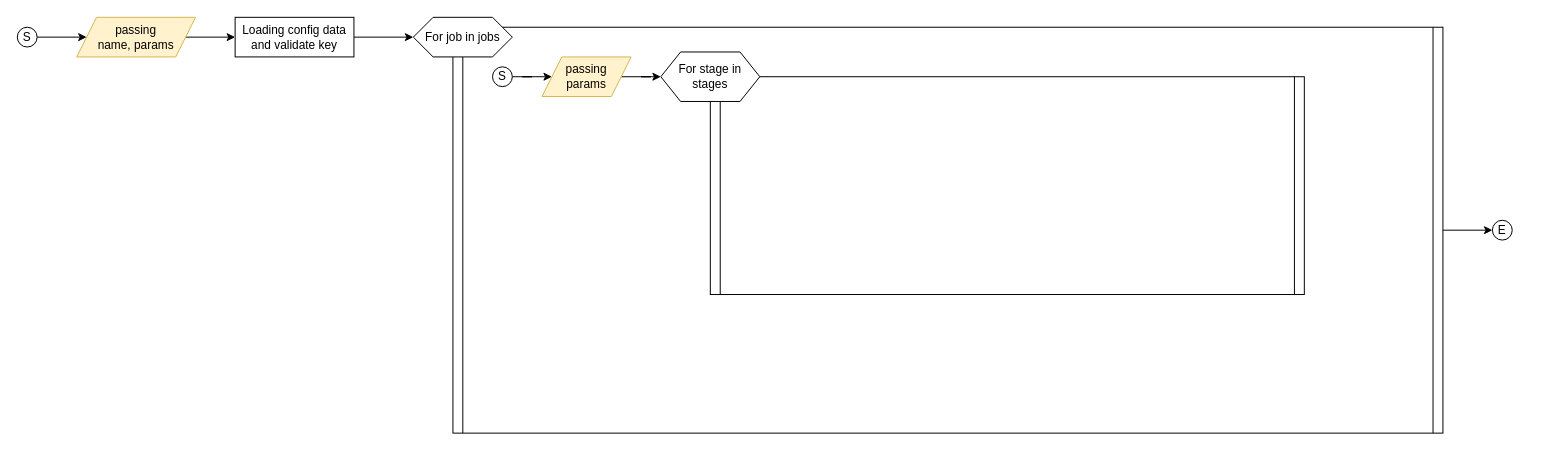
Above: page "pipeline" (2 of 2) of docs/assets/diagram.drawio in ddeutils/ddeutil-workflow (draw.io), before the change. Source tidied: cells renumbered, new cells numbered last; positions are measured from the earlier drawing's top-left corner, leaving out a move shared by most shapes. Both pictures are drawn from the tidied source at 99%, with x=0, y=0 at pixel (17, 17).
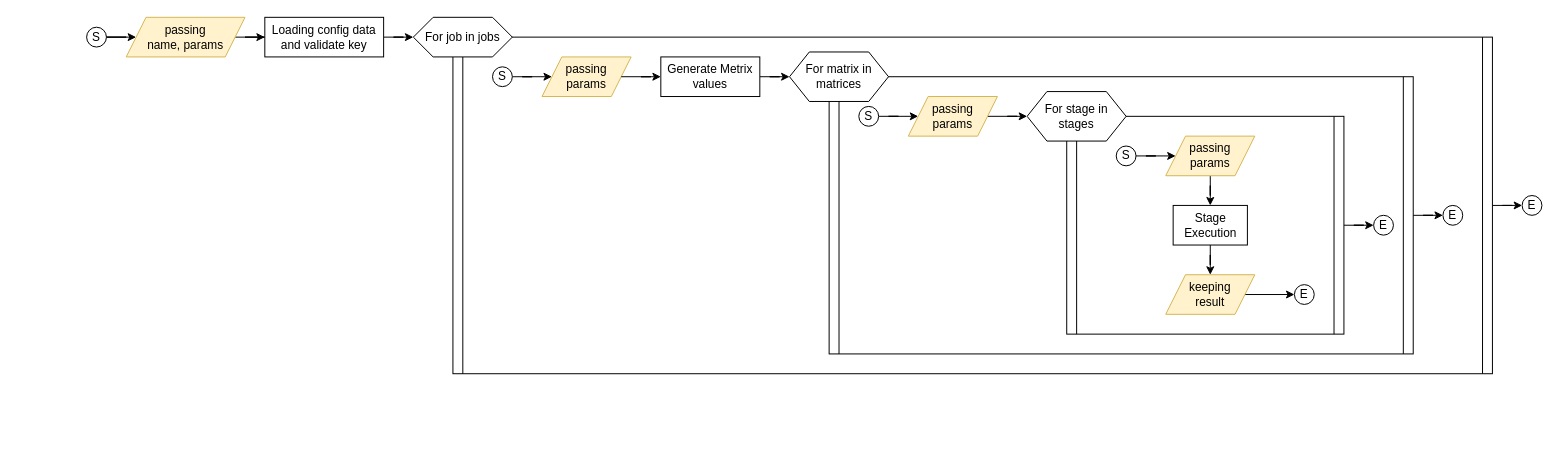
After the change.

The change refers to these unchanged cells:
```xml
<mxCell id="15" value="passing&lt;div&gt;&lt;div&gt;params&lt;/div&gt;&lt;/div&gt;" style="shape=parallelogram;perimeter=parallelogramPerimeter;whiteSpace=wrap;html=1;fixedSize=1;fillColor=#fff2cc;strokeColor=#d6b656;" parent="1" vertex="1">
  <mxGeometry x="530" y="40" width="90" height="40" as="geometry" />
</mxCell>
```

The edit, as a diff of the source:
```diff
@@
-    <mxCell id="3" style="shape=process;whiteSpace=wrap;html=1;backgroundOutline=1;size=0.01;fillColor=none;" parent="1" vertex="1">
-      <mxGeometry x="440" y="10" width="1000" height="410" as="geometry" />
+    <mxCell id="3" style="shape=process;whiteSpace=wrap;html=1;backgroundOutline=1;size=0.009523809523809525;fillColor=none;" parent="1" vertex="1">
+      <mxGeometry x="440" y="20" width="1050" height="340" as="geometry" />
     </mxCell>
+    <mxCell id="18" style="edgeStyle=orthogonalEdgeStyle;rounded=0;jettySize=auto;html=1;entryX=0;entryY=0.5;entryDx=0;entryDy=0;" parent="1" edge="1" source="4" target="38">
+      <mxGeometry relative="1" as="geometry" />
+    </mxCell>
     <mxCell id="4" style="shape=process;whiteSpace=wrap;html=1;backgroundOutline=1;size=0.016666666666666666;fillColor=none;" parent="1" vertex="1">
-      <mxGeometry x="700" y="60" width="600" height="220" as="geometry" />
+      <mxGeometry x="820" y="60" width="590" height="280" as="geometry" />
     </mxCell>
+    <mxCell id="19" style="edgeStyle=orthogonalEdgeStyle;rounded=0;jettySize=auto;html=1;entryX=0;entryY=0.5;entryDx=0;entryDy=0;" parent="1" edge="1" source="20" target="37">
+      <mxGeometry relative="1" as="geometry" />
+    </mxCell>
+    <mxCell id="20" style="shape=process;whiteSpace=wrap;html=1;backgroundOutline=1;size=0.03571428571428571;fillColor=none;" parent="1" vertex="1">
+      <mxGeometry x="1060" y="100" width="280" height="220" as="geometry" />
+    </mxCell>
@@
     <mxCell id="6" value="S" style="ellipse;whiteSpace=wrap;html=1;" parent="1" vertex="1">
-      <mxGeometry y="10" width="20" height="20" as="geometry" />
+      <mxGeometry x="70" y="10" width="20" height="20" as="geometry" />
     </mxCell>
@@
     <mxCell id="8" value="passing&lt;div&gt;&lt;div&gt;name, params&lt;/div&gt;&lt;/div&gt;" style="shape=parallelogram;perimeter=parallelogramPerimeter;whiteSpace=wrap;html=1;fixedSize=1;fillColor=#fff2cc;strokeColor=#d6b656;" parent="1" vertex="1">
-      <mxGeometry x="60" width="120" height="40" as="geometry" />
+      <mxGeometry x="110" width="120" height="40" as="geometry" />
     </mxCell>
@@
     <mxCell id="10" value="Loading config data and validate key" style="rounded=0;whiteSpace=wrap;html=1;" parent="1" vertex="1">
-      <mxGeometry x="220" width="120" height="40" as="geometry" />
+      <mxGeometry x="250" width="120" height="40" as="geometry" />
     </mxCell>
@@
-    <mxCell id="14" style="edgeStyle=orthogonalEdgeStyle;rounded=0;jettySize=auto;html=1;entryX=0;entryY=0.5;entryDx=0;entryDy=0;" parent="1" edge="1" source="15" target="16">
+    <mxCell id="14" style="edgeStyle=orthogonalEdgeStyle;rounded=0;jettySize=auto;html=1;entryX=0;entryY=0.5;entryDx=0;entryDy=0;" parent="1" edge="1" source="26" target="16">
       <mxGeometry relative="1" as="geometry" />
     </mxCell>
@@
-    <mxCell id="16" value="For stage in stages" style="shape=hexagon;perimeter=hexagonPerimeter2;whiteSpace=wrap;html=1;fixedSize=1;" parent="1" vertex="1">
-      <mxGeometry x="650" y="35" width="100" height="50" as="geometry" />
+    <mxCell id="16" value="For matrix in matrices" style="shape=hexagon;perimeter=hexagonPerimeter2;whiteSpace=wrap;html=1;fixedSize=1;" parent="1" vertex="1">
+      <mxGeometry x="780" y="35" width="100" height="50" as="geometry" />
     </mxCell>
     <mxCell id="17" value="E" style="ellipse;whiteSpace=wrap;html=1;" parent="1" vertex="1">
-      <mxGeometry x="1490" y="205" width="20" height="20" as="geometry" />
+      <mxGeometry x="1520" y="180" width="20" height="20" as="geometry" />
     </mxCell>
+    <mxCell id="21" style="edgeStyle=orthogonalEdgeStyle;rounded=0;jettySize=auto;html=1;entryX=0;entryY=0.5;entryDx=0;entryDy=0;" parent="1" edge="1" source="22" target="24">
+      <mxGeometry relative="1" as="geometry" />
+    </mxCell>
+    <mxCell id="22" value="S" style="ellipse;whiteSpace=wrap;html=1;" parent="1" vertex="1">
+      <mxGeometry x="850" y="90" width="20" height="20" as="geometry" />
+    </mxCell>
+    <mxCell id="23" style="edgeStyle=orthogonalEdgeStyle;rounded=0;jettySize=auto;html=1;" parent="1" edge="1" source="24" target="27">
+      <mxGeometry relative="1" as="geometry" />
+    </mxCell>
+    <mxCell id="24" value="passing&lt;div&gt;&lt;div&gt;params&lt;/div&gt;&lt;/div&gt;" style="shape=parallelogram;perimeter=parallelogramPerimeter;whiteSpace=wrap;html=1;fixedSize=1;fillColor=#fff2cc;strokeColor=#d6b656;" parent="1" vertex="1">
+      <mxGeometry x="900" y="80" width="90" height="40" as="geometry" />
+    </mxCell>
+    <mxCell id="25" style="edgeStyle=orthogonalEdgeStyle;rounded=0;jettySize=auto;html=1;entryX=0;entryY=0.5;entryDx=0;entryDy=0;" parent="1" edge="1" source="15" target="26">
+      <mxGeometry relative="1" as="geometry" />
+    </mxCell>
+    <mxCell id="26" value="Generate Metrix values" style="rounded=0;whiteSpace=wrap;html=1;" parent="1" vertex="1">
+      <mxGeometry x="650" y="40" width="100" height="40" as="geometry" />
+    </mxCell>
+    <mxCell id="27" value="For stage in stages" style="shape=hexagon;perimeter=hexagonPerimeter2;whiteSpace=wrap;html=1;fixedSize=1;" parent="1" vertex="1">
+      <mxGeometry x="1020" y="75" width="100" height="50" as="geometry" />
+    </mxCell>
+    <mxCell id="28" style="edgeStyle=orthogonalEdgeStyle;rounded=0;jettySize=auto;html=1;entryX=0;entryY=0.5;entryDx=0;entryDy=0;" parent="1" edge="1" source="29" target="31">
+      <mxGeometry relative="1" as="geometry" />
+    </mxCell>
+    <mxCell id="29" value="S" style="ellipse;whiteSpace=wrap;html=1;" parent="1" vertex="1">
+      <mxGeometry x="1110" y="130" width="20" height="20" as="geometry" />
+    </mxCell>
+    <mxCell id="30" style="edgeStyle=orthogonalEdgeStyle;rounded=0;jettySize=auto;html=1;entryX=0.5;entryY=0;entryDx=0;entryDy=0;" parent="1" edge="1" source="31" target="33">
+      <mxGeometry relative="1" as="geometry" />
+    </mxCell>
+    <mxCell id="31" value="passing&lt;div&gt;&lt;div&gt;params&lt;/div&gt;&lt;/div&gt;" style="shape=parallelogram;perimeter=parallelogramPerimeter;whiteSpace=wrap;html=1;fixedSize=1;fillColor=#fff2cc;strokeColor=#d6b656;" parent="1" vertex="1">
+      <mxGeometry x="1160" y="120" width="90" height="40" as="geometry" />
+    </mxCell>
+    <mxCell id="32" style="edgeStyle=orthogonalEdgeStyle;rounded=0;jettySize=auto;html=1;entryX=0.5;entryY=0;entryDx=0;entryDy=0;" parent="1" edge="1" source="33" target="35">
+      <mxGeometry relative="1" as="geometry" />
+    </mxCell>
+    <mxCell id="33" value="Stage Execution" style="rounded=0;whiteSpace=wrap;html=1;" parent="1" vertex="1">
+      <mxGeometry x="1167.5" y="190" width="75" height="40" as="geometry" />
+    </mxCell>
+    <mxCell id="34" style="edgeStyle=orthogonalEdgeStyle;rounded=0;jettySize=auto;html=1;entryX=0;entryY=0.5;entryDx=0;entryDy=0;" parent="1" edge="1" source="35" target="36">
+      <mxGeometry relative="1" as="geometry" />
+    </mxCell>
+    <mxCell id="35" value="keeping&lt;div&gt;&lt;div&gt;result&lt;/div&gt;&lt;/div&gt;" style="shape=parallelogram;perimeter=parallelogramPerimeter;whiteSpace=wrap;html=1;fixedSize=1;fillColor=#fff2cc;strokeColor=#d6b656;" parent="1" vertex="1">
+      <mxGeometry x="1160" y="260" width="90" height="40" as="geometry" />
+    </mxCell>
+    <mxCell id="36" value="E" style="ellipse;whiteSpace=wrap;html=1;" parent="1" vertex="1">
+      <mxGeometry x="1290" y="270" width="20" height="20" as="geometry" />
+    </mxCell>
+    <mxCell id="37" value="E" style="ellipse;whiteSpace=wrap;html=1;" parent="1" vertex="1">
+      <mxGeometry x="1370" y="200" width="20" height="20" as="geometry" />
+    </mxCell>
+    <mxCell id="38" value="E" style="ellipse;whiteSpace=wrap;html=1;" parent="1" vertex="1">
+      <mxGeometry x="1440" y="190" width="20" height="20" as="geometry" />
+    </mxCell>
```
